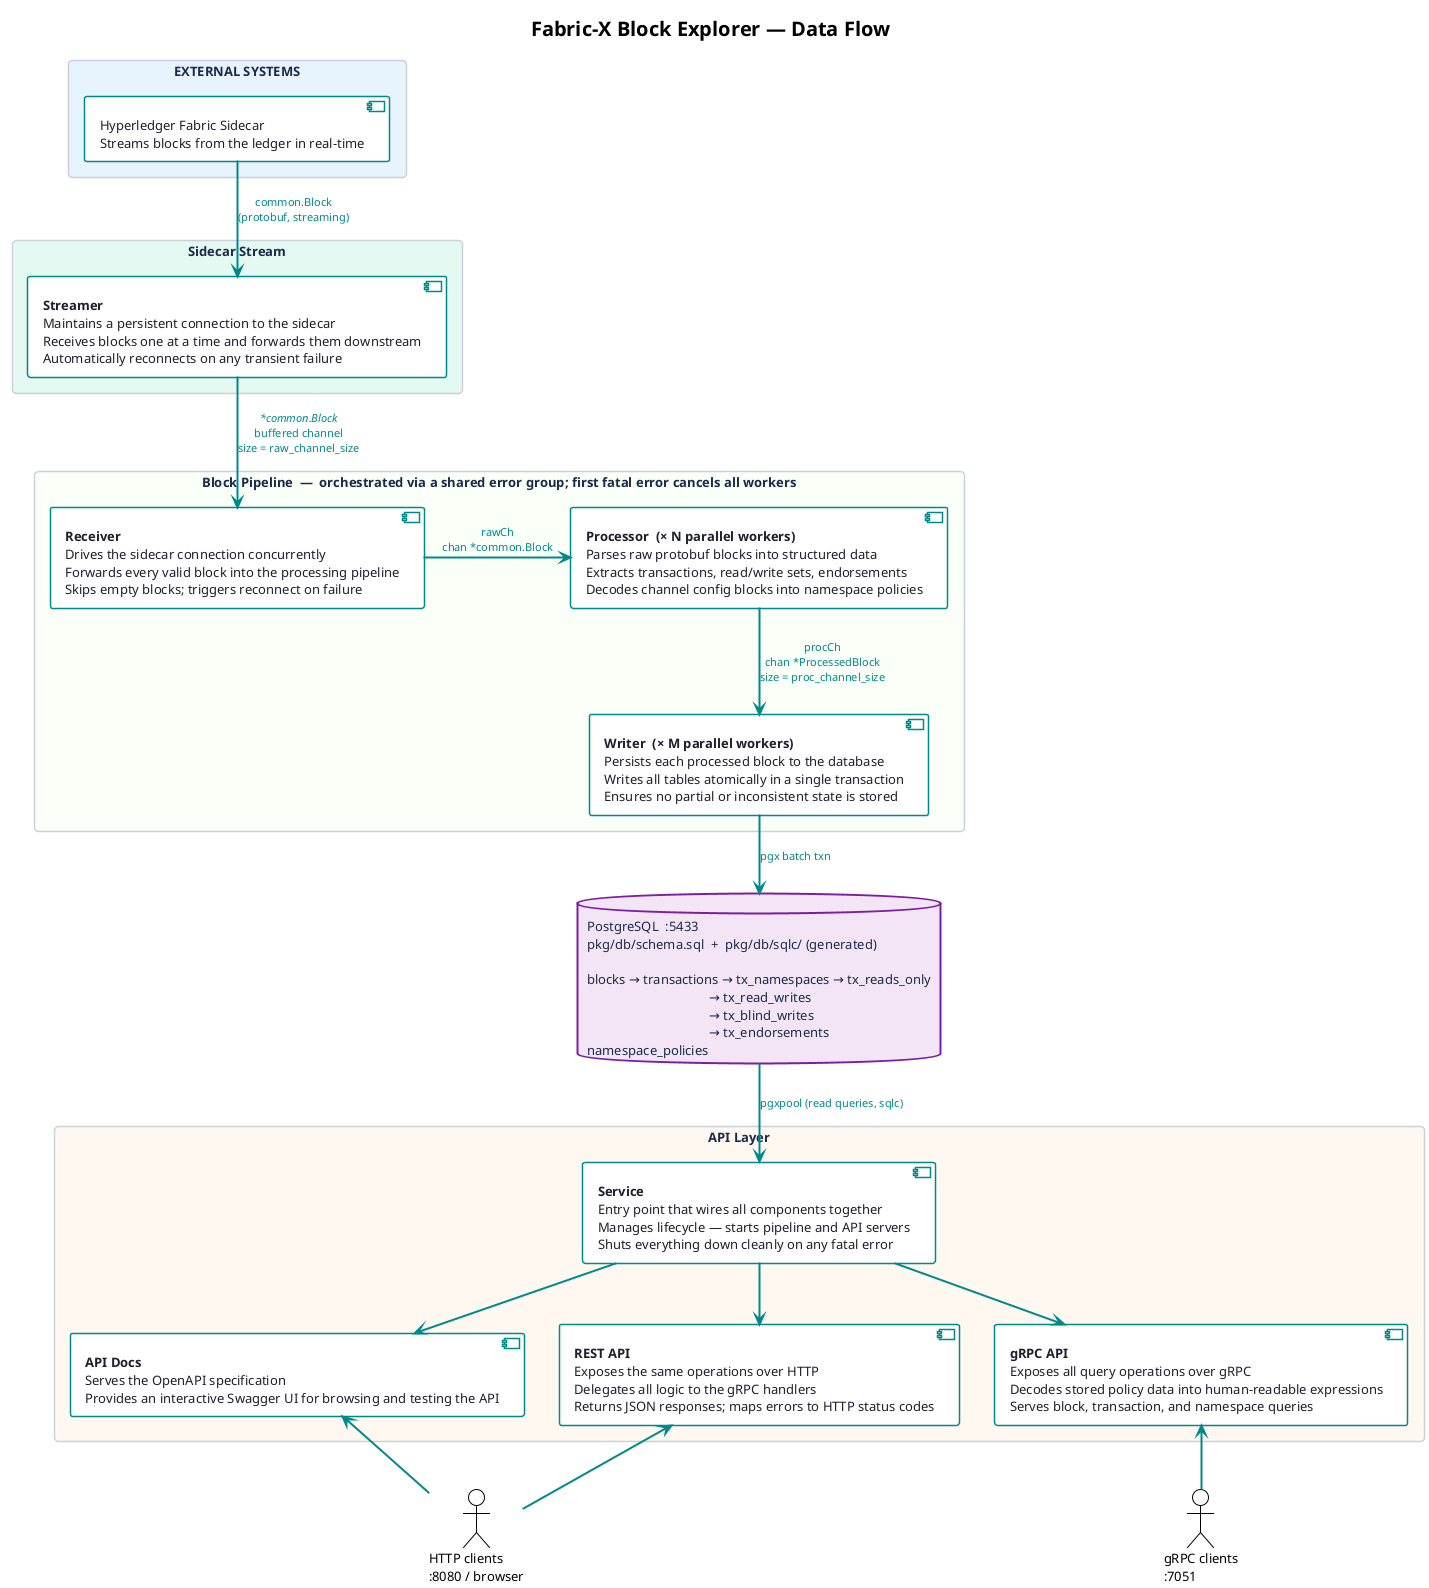
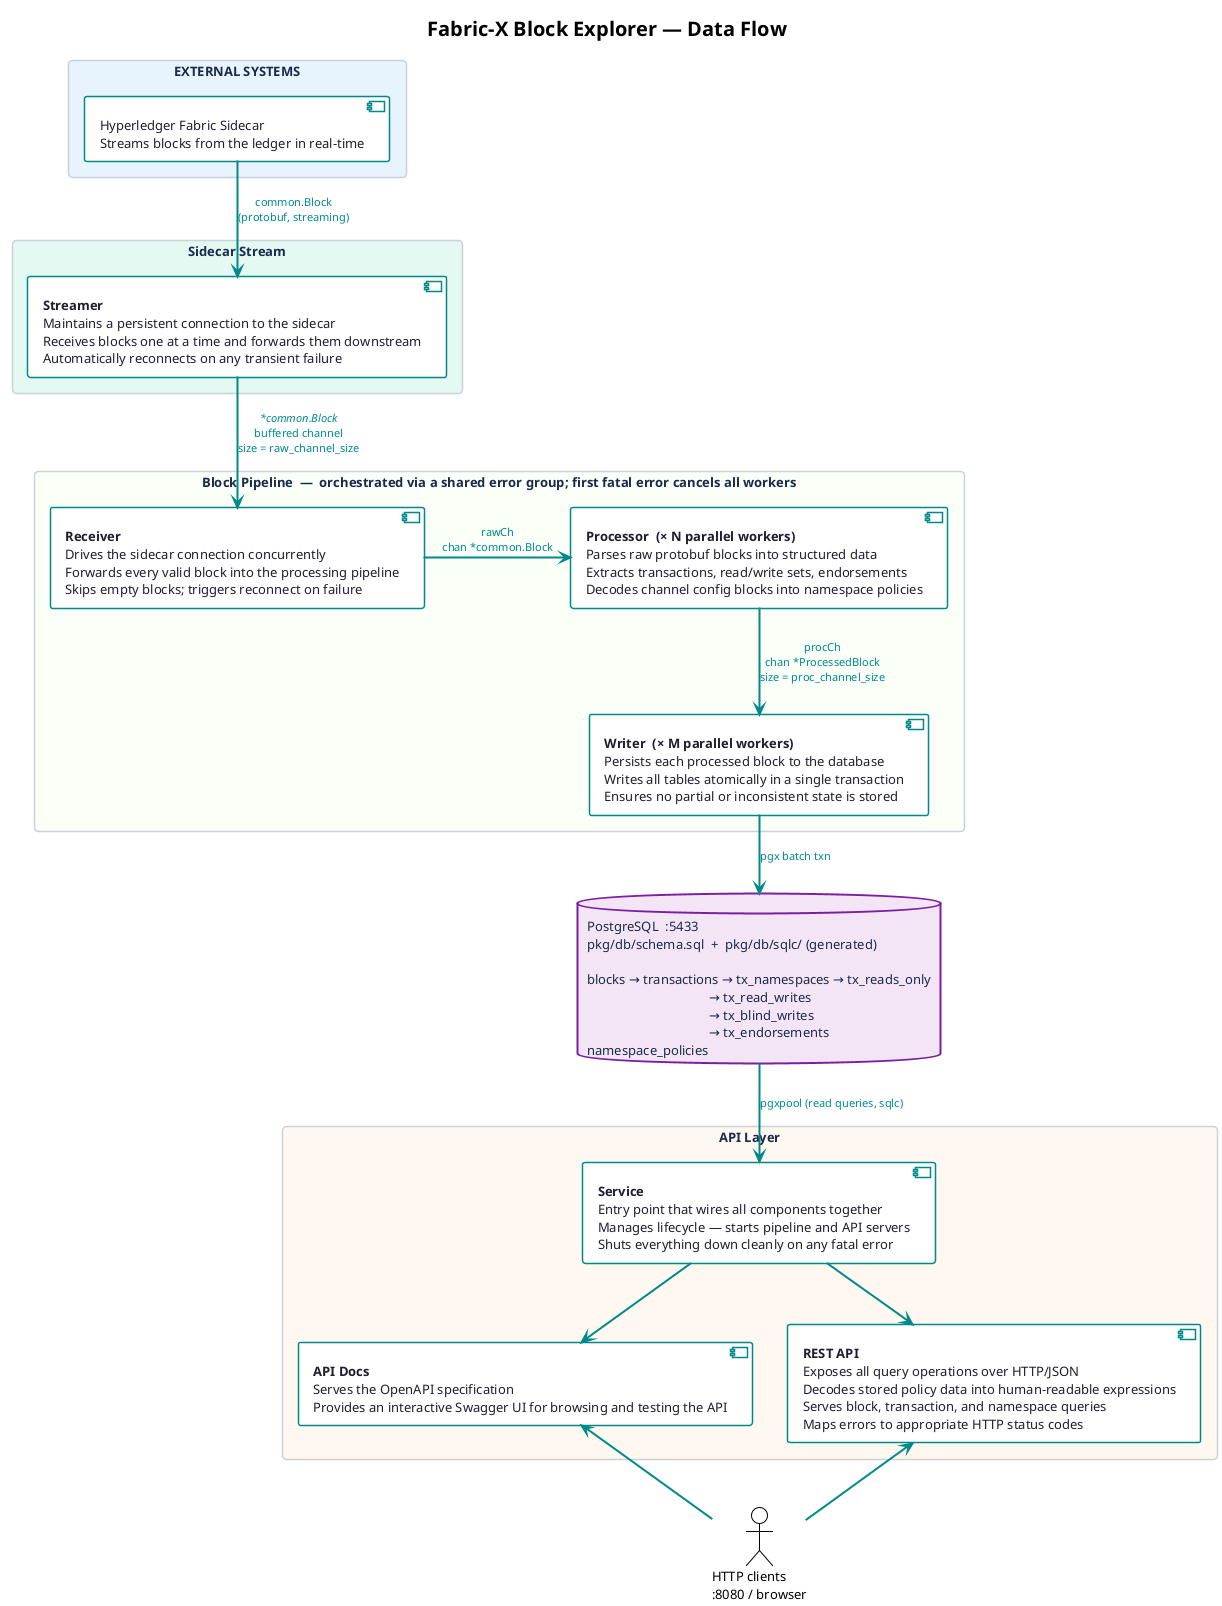
@startuml data-flow
!theme plain
skinparam backgroundColor #FFFFFF
skinparam defaultFontName Helvetica
skinparam defaultFontSize 13

skinparam rectangle {
  BackgroundColor #FFFFFF
  BorderColor     #CCD1D9
  BorderThickness 1.5
  FontColor       #1B2A4A
  FontStyle       bold
  RoundCorner     8
}

skinparam component {
  BackgroundColor #FFFFFF
  BorderColor     #00898A
  BorderThickness 1.5
  FontColor       #1E1E2E
}

skinparam database {
  BackgroundColor #F3E5F5
  BorderColor     #7B1FA2
  BorderThickness 2
  FontColor       #1B2A4A
}

skinparam arrow {
  Color     #00898A
  Thickness 2
  FontSize  11
  FontColor #00898A
}

skinparam note {
  BackgroundColor #F4F6F9
  BorderColor     #CCD1D9
  FontSize        11
}

title <size:20><b>Fabric-X Block Explorer — Data Flow</b></size>

' ─────────────────────────────────────────────────────────────
' EXTERNAL SYSTEMS
' ─────────────────────────────────────────────────────────────
rectangle "EXTERNAL SYSTEMS" as EXT #E8F4FD {
  component "Hyperledger Fabric Sidecar\nStreams blocks from the ledger in real-time" as sidecar
}

' ─────────────────────────────────────────────────────────────
' pkg/sidecarstream
' ─────────────────────────────────────────────────────────────
rectangle "Sidecar Stream" as PKG_SS #E3F9F1 {
  component "**Streamer**\nMaintains a persistent connection to the sidecar\nReceives blocks one at a time and forwards them downstream\nAutomatically reconnects on any transient failure" as streamer
}

' ─────────────────────────────────────────────────────────────
' pkg/blockpipeline
' ─────────────────────────────────────────────────────────────
rectangle "Block Pipeline  —  orchestrated via a shared error group; first fatal error cancels all workers" as PKG_BP #FAFFF8 {

  component "**Receiver**\nDrives the sidecar connection concurrently\nForwards every valid block into the processing pipeline\nSkips empty blocks; triggers reconnect on failure" as receiver

  component "**Processor  (× N parallel workers)**\nParses raw protobuf blocks into structured data\nExtracts transactions, read/write sets, endorsements\nDecodes channel config blocks into namespace policies" as processor

  component "**Writer  (× M parallel workers)**\nPersists each processed block to the database\nWrites all tables atomically in a single transaction\nEnsures no partial or inconsistent state is stored" as writer
}

' ─────────────────────────────────────────────────────────────
' PostgreSQL
' ─────────────────────────────────────────────────────────────
database "PostgreSQL  :5433\npkg/db/schema.sql  +  pkg/db/sqlc/ (generated)\n\nblocks → transactions → tx_namespaces → tx_reads_only\n                                    → tx_read_writes\n                                    → tx_blind_writes\n                                    → tx_endorsements\nnamespace_policies" as pg

' ─────────────────────────────────────────────────────────────
' pkg/api
' ─────────────────────────────────────────────────────────────
rectangle "API Layer" as PKG_API #FFF8F0 {
  component "**Service**\nEntry point that wires all components together\nManages lifecycle — starts pipeline and API servers\nShuts everything down cleanly on any fatal error" as svc

-   component "**gRPC API**\nExposes all query operations over gRPC\nDecodes stored policy data into human-readable expressions\nServes block, transaction, and namespace queries" as grpc
- 
-   component "**REST API**\nExposes the same operations over HTTP\nDelegates all logic to the gRPC handlers\nReturns JSON responses; maps errors to HTTP status codes" as rest
+   component "**REST API**\nExposes all query operations over HTTP/JSON\nDecodes stored policy data into human-readable expressions\nServes block, transaction, and namespace queries\nMaps errors to appropriate HTTP status codes" as rest

  component "**API Docs**\nServes the OpenAPI specification\nProvides an interactive Swagger UI for browsing and testing the API" as swagger
}

' ─────────────────────────────────────────────────────────────
' Clients
' ─────────────────────────────────────────────────────────────
- actor "gRPC clients\n:7051" as grpcclient
actor "HTTP clients\n:8080 / browser" as httpclient

' ─────────────────────────────────────────────────────────────
' Connections
' ─────────────────────────────────────────────────────────────
sidecar   -down-> streamer  : common.Block\n(protobuf, streaming)

streamer  -down-> receiver  : <i>*common.Block</i>\nbuffered channel\nsize = raw_channel_size

receiver  -right-> processor : rawCh\nchan *common.Block

processor -down-> writer    : procCh\nchan *ProcessedBlock\nsize = proc_channel_size

writer    -down-> pg         : pgx batch txn

pg        -down-> svc        : pgxpool (read queries, sqlc)

- svc       -down-> grpc
svc       -down-> rest
svc       -down-> swagger

- grpcclient -up-> grpc
httpclient -up-> rest
httpclient -up-> swagger

@enduml
